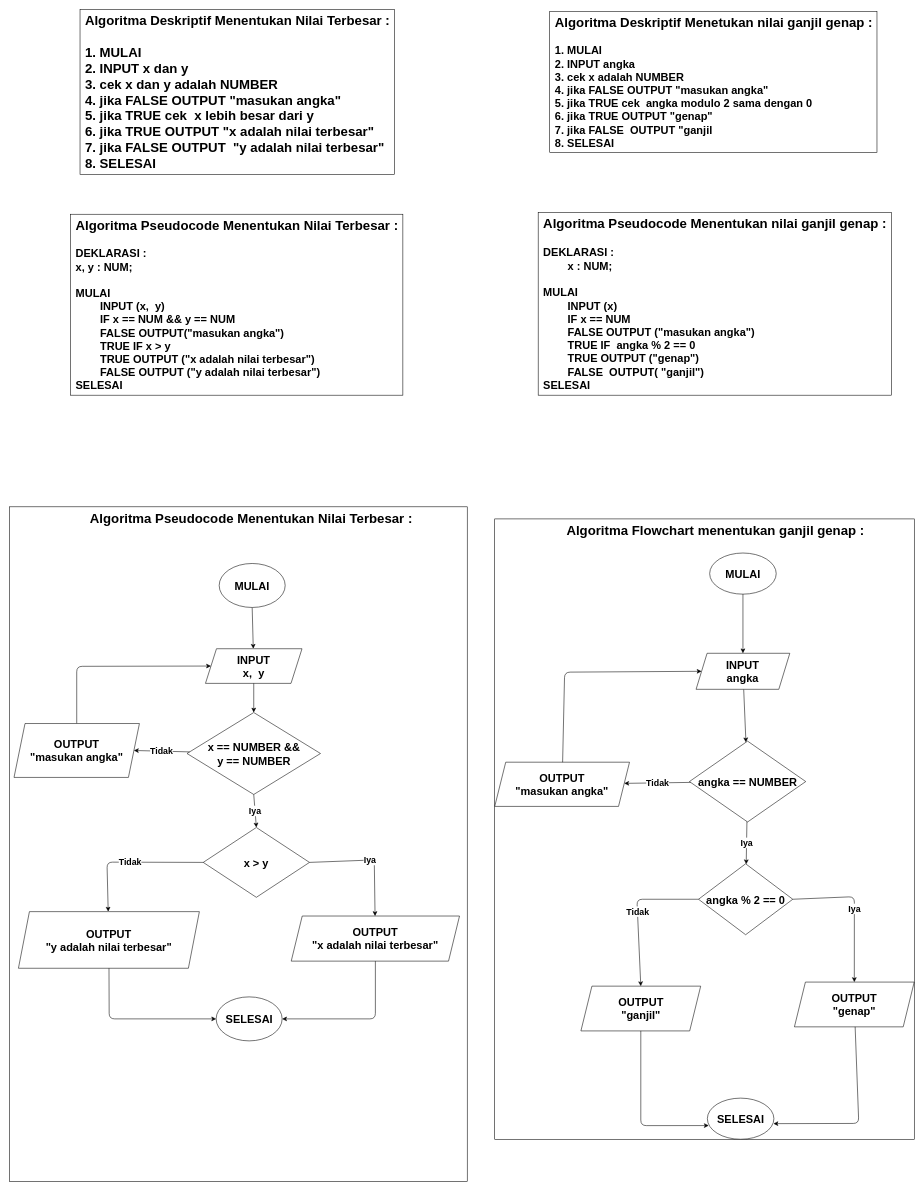
Before: 4-nilai-x-y.drawio in xel26/fwg17-computer-science, a draw.io diagram. Source tidied: cells renumbered, new cells numbered last; positions are measured from the earlier drawing's top-left corner, leaving out a move shared by most shapes. Both pictures are drawn from the tidied source at 55%, with x=0, y=0 at pixel (9, 9).
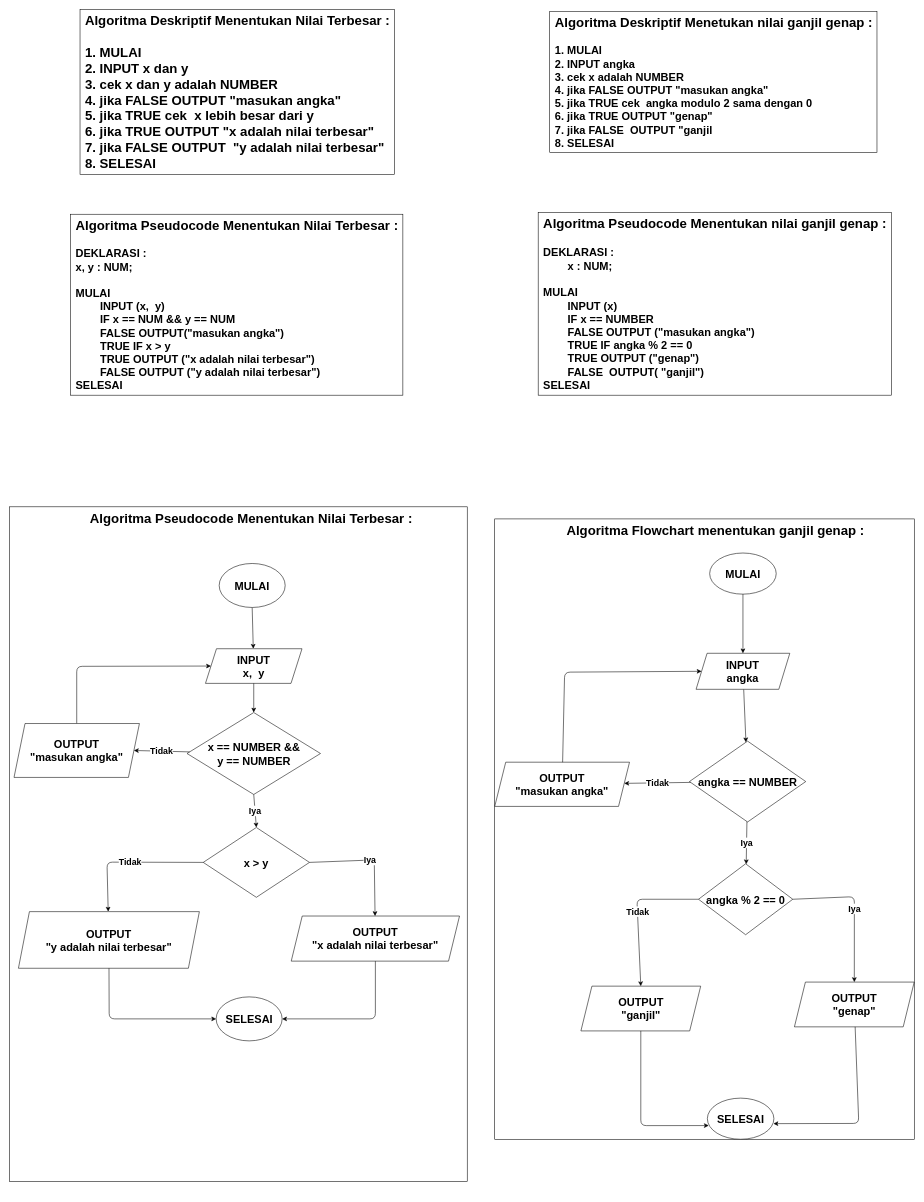
The same page after the edit.

Change to the diagram source:
```diff
@@
-    <mxCell id="5" value="&lt;span style=&quot;border-color: var(--border-color); font-family: Helvetica; text-align: left; font-size: 24px;&quot;&gt;Algoritma Pseudocode Menentukan nilai ganjil genap :&lt;br style=&quot;border-color: var(--border-color);&quot;&gt;&lt;/span&gt;&lt;br style=&quot;border-color: var(--border-color); font-family: Helvetica; text-align: left;&quot;&gt;&lt;div style=&quot;text-align: left;&quot;&gt;&lt;span style=&quot;font-family: Helvetica; background-color: initial;&quot;&gt;DEKLARASI :&lt;/span&gt;&lt;/div&gt;&lt;span style=&quot;border-color: var(--border-color); font-family: Helvetica;&quot;&gt;&lt;div style=&quot;text-align: left;&quot;&gt;&lt;span style=&quot;background-color: initial;&quot;&gt;&lt;span style=&quot;white-space: pre;&quot;&gt;&#9;&lt;/span&gt;x : NUM;&lt;/span&gt;&lt;/div&gt;&#9;&lt;/span&gt;&lt;div style=&quot;text-align: left;&quot;&gt;&lt;font face=&quot;Helvetica&quot;&gt;&lt;br&gt;&lt;/font&gt;&lt;/div&gt;&lt;span style=&quot;font-family: Helvetica;&quot;&gt;&lt;div style=&quot;text-align: left;&quot;&gt;&lt;span style=&quot;background-color: initial;&quot;&gt;MULAI&lt;/span&gt;&lt;/div&gt;&lt;/span&gt;&lt;span style=&quot;border-color: var(--border-color); font-family: Helvetica;&quot;&gt;&lt;div style=&quot;text-align: left;&quot;&gt;&lt;span style=&quot;background-color: initial;&quot;&gt;&lt;span style=&quot;white-space: pre;&quot;&gt;&#9;&lt;/span&gt;INPUT (x)&lt;/span&gt;&lt;/div&gt;&#9;&lt;/span&gt;&lt;span style=&quot;border-color: var(--border-color); font-family: Helvetica;&quot;&gt;&lt;div style=&quot;text-align: left;&quot;&gt;&lt;span style=&quot;background-color: initial;&quot;&gt;&lt;span style=&quot;white-space: pre;&quot;&gt;&#9;&lt;/span&gt;IF x == NUM&lt;/span&gt;&lt;/div&gt;&#9;&lt;/span&gt;&lt;span style=&quot;border-color: var(--border-color); font-family: Helvetica;&quot;&gt;&lt;div style=&quot;text-align: left;&quot;&gt;&lt;span style=&quot;background-color: initial;&quot;&gt;&lt;span style=&quot;white-space: pre;&quot;&gt;&#9;&lt;/span&gt;FALSE OUTPUT (&quot;masukan angka&quot;)&lt;/span&gt;&lt;/div&gt;&#9;&lt;/span&gt;&lt;span style=&quot;border-color: var(--border-color); font-family: Helvetica;&quot;&gt;&lt;div style=&quot;text-align: left;&quot;&gt;&lt;span style=&quot;background-color: initial;&quot;&gt;&lt;span style=&quot;white-space: pre;&quot;&gt;&#9;&lt;/span&gt;TRUE IF&amp;nbsp; angka % 2 == 0&lt;/span&gt;&lt;/div&gt;&#9;&lt;/span&gt;&lt;span style=&quot;border-color: var(--border-color); font-family: Helvetica;&quot;&gt;&lt;div style=&quot;text-align: left;&quot;&gt;&lt;span style=&quot;background-color: initial;&quot;&gt;&lt;span style=&quot;white-space: pre;&quot;&gt;&#9;&lt;/span&gt;TRUE&amp;nbsp;OUTPUT (&quot;genap&quot;)&lt;/span&gt;&lt;/div&gt;&#9;&lt;/span&gt;&lt;span style=&quot;border-color: var(--border-color); font-family: Helvetica;&quot;&gt;&lt;div style=&quot;text-align: left;&quot;&gt;&lt;span style=&quot;background-color: initial;&quot;&gt;&lt;span style=&quot;white-space: pre;&quot;&gt;&#9;&lt;/span&gt;FALSE&amp;nbsp;&amp;nbsp;OUTPUT( &quot;ganjil&quot;)&lt;/span&gt;&lt;/div&gt;&#9;&lt;/span&gt;&lt;span style=&quot;font-family: Helvetica;&quot;&gt;&lt;div style=&quot;text-align: left;&quot;&gt;&lt;span style=&quot;background-color: initial;&quot;&gt;SELESAI&lt;/span&gt;&lt;/div&gt;&lt;/span&gt;" style="text;html=1;align=center;verticalAlign=middle;strokeColor=default;fillColor=none;fontSize=20;fontFamily=Architects Daughter;hachureGap=4;fontStyle=1;" parent="1" vertex="1">
+    <mxCell id="5" value="&lt;span style=&quot;border-color: var(--border-color); font-family: Helvetica; text-align: left; font-size: 24px;&quot;&gt;Algoritma Pseudocode Menentukan nilai ganjil genap :&lt;br style=&quot;border-color: var(--border-color);&quot;&gt;&lt;/span&gt;&lt;br style=&quot;border-color: var(--border-color); font-family: Helvetica; text-align: left;&quot;&gt;&lt;div style=&quot;text-align: left;&quot;&gt;&lt;span style=&quot;font-family: Helvetica; background-color: initial;&quot;&gt;DEKLARASI :&lt;/span&gt;&lt;/div&gt;&lt;span style=&quot;border-color: var(--border-color); font-family: Helvetica;&quot;&gt;&lt;div style=&quot;text-align: left;&quot;&gt;&lt;span style=&quot;background-color: initial;&quot;&gt;&lt;span style=&quot;white-space: pre;&quot;&gt;&#9;&lt;/span&gt;x : NUM;&lt;/span&gt;&lt;/div&gt;&#9;&lt;/span&gt;&lt;div style=&quot;text-align: left;&quot;&gt;&lt;font face=&quot;Helvetica&quot;&gt;&lt;br&gt;&lt;/font&gt;&lt;/div&gt;&lt;span style=&quot;font-family: Helvetica;&quot;&gt;&lt;div style=&quot;text-align: left;&quot;&gt;&lt;span style=&quot;background-color: initial;&quot;&gt;MULAI&lt;/span&gt;&lt;/div&gt;&lt;/span&gt;&lt;span style=&quot;border-color: var(--border-color); font-family: Helvetica;&quot;&gt;&lt;div style=&quot;text-align: left;&quot;&gt;&lt;span style=&quot;background-color: initial;&quot;&gt;&lt;span style=&quot;white-space: pre;&quot;&gt;&#9;&lt;/span&gt;INPUT (x)&lt;/span&gt;&lt;/div&gt;&#9;&lt;/span&gt;&lt;span style=&quot;border-color: var(--border-color); font-family: Helvetica;&quot;&gt;&lt;div style=&quot;text-align: left;&quot;&gt;&lt;span style=&quot;background-color: initial;&quot;&gt;&lt;span style=&quot;white-space: pre;&quot;&gt;&#9;&lt;/span&gt;IF x == NUMBER&lt;/span&gt;&lt;/div&gt;&#9;&lt;/span&gt;&lt;span style=&quot;border-color: var(--border-color); font-family: Helvetica;&quot;&gt;&lt;div style=&quot;text-align: left;&quot;&gt;&lt;span style=&quot;background-color: initial;&quot;&gt;&lt;span style=&quot;white-space: pre;&quot;&gt;&#9;&lt;/span&gt;FALSE OUTPUT (&quot;masukan angka&quot;)&lt;/span&gt;&lt;/div&gt;&#9;&lt;/span&gt;&lt;span style=&quot;border-color: var(--border-color); font-family: Helvetica;&quot;&gt;&lt;div style=&quot;text-align: left;&quot;&gt;&lt;span style=&quot;background-color: initial;&quot;&gt;&lt;span style=&quot;white-space: pre;&quot;&gt;&#9;&lt;/span&gt;TRUE IF angka % 2 == 0&lt;/span&gt;&lt;/div&gt;&#9;&lt;/span&gt;&lt;span style=&quot;border-color: var(--border-color); font-family: Helvetica;&quot;&gt;&lt;div style=&quot;text-align: left;&quot;&gt;&lt;span style=&quot;background-color: initial;&quot;&gt;&lt;span style=&quot;white-space: pre;&quot;&gt;&#9;&lt;/span&gt;TRUE&amp;nbsp;OUTPUT (&quot;genap&quot;)&lt;/span&gt;&lt;/div&gt;&#9;&lt;/span&gt;&lt;span style=&quot;border-color: var(--border-color); font-family: Helvetica;&quot;&gt;&lt;div style=&quot;text-align: left;&quot;&gt;&lt;span style=&quot;background-color: initial;&quot;&gt;&lt;span style=&quot;white-space: pre;&quot;&gt;&#9;&lt;/span&gt;FALSE&amp;nbsp;&amp;nbsp;OUTPUT( &quot;ganjil&quot;)&lt;/span&gt;&lt;/div&gt;&#9;&lt;/span&gt;&lt;span style=&quot;font-family: Helvetica;&quot;&gt;&lt;div style=&quot;text-align: left;&quot;&gt;&lt;span style=&quot;background-color: initial;&quot;&gt;SELESAI&lt;/span&gt;&lt;/div&gt;&lt;/span&gt;" style="text;html=1;align=center;verticalAlign=middle;strokeColor=default;fillColor=none;fontSize=20;fontFamily=Architects Daughter;hachureGap=4;fontStyle=1;" parent="1" vertex="1">
       <mxGeometry x="961" y="369" width="642" height="332" as="geometry" />
     </mxCell>
```
